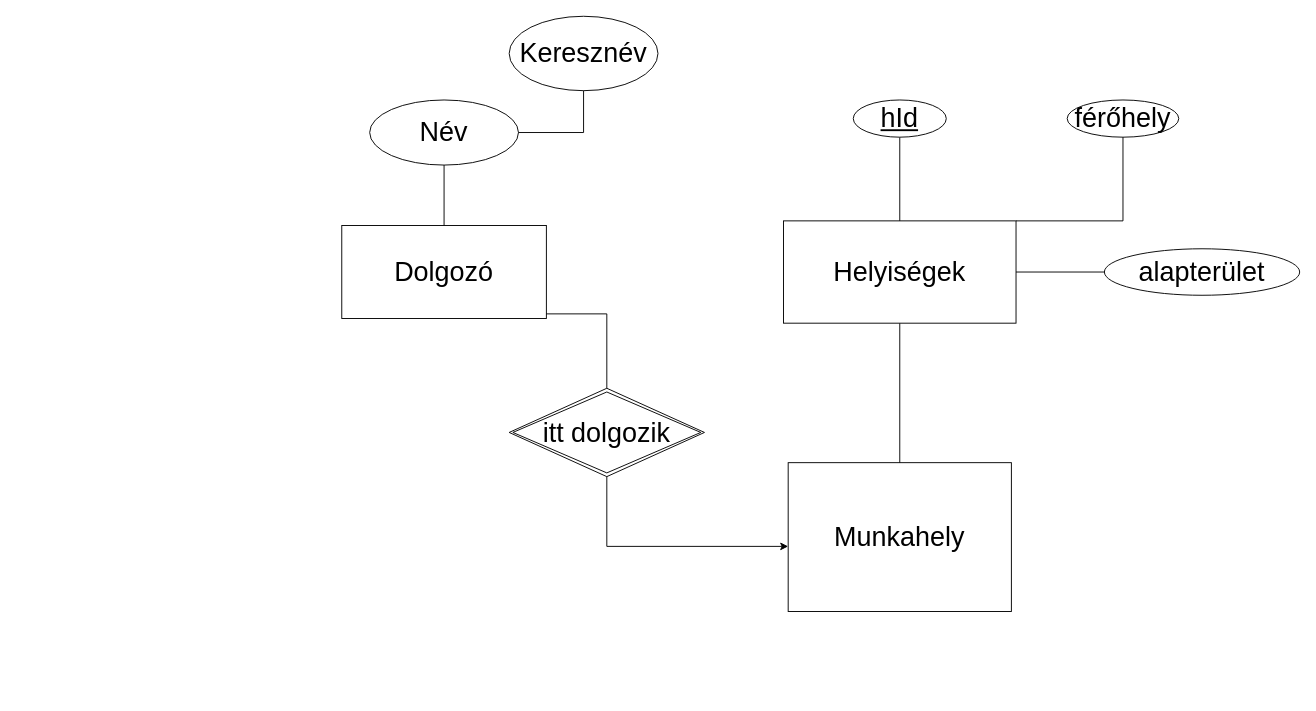
The draw.io diagram Untitled Diagram.drawio in Rudnay07/AdatBazisKotprog, before the edit. Source tidied: cells renumbered, new cells numbered last; positions are measured from the earlier drawing's top-left corner, leaving out a move shared by most shapes. Both pictures are drawn from the tidied source at 93%, with x=0, y=0 at pixel (341, 16).
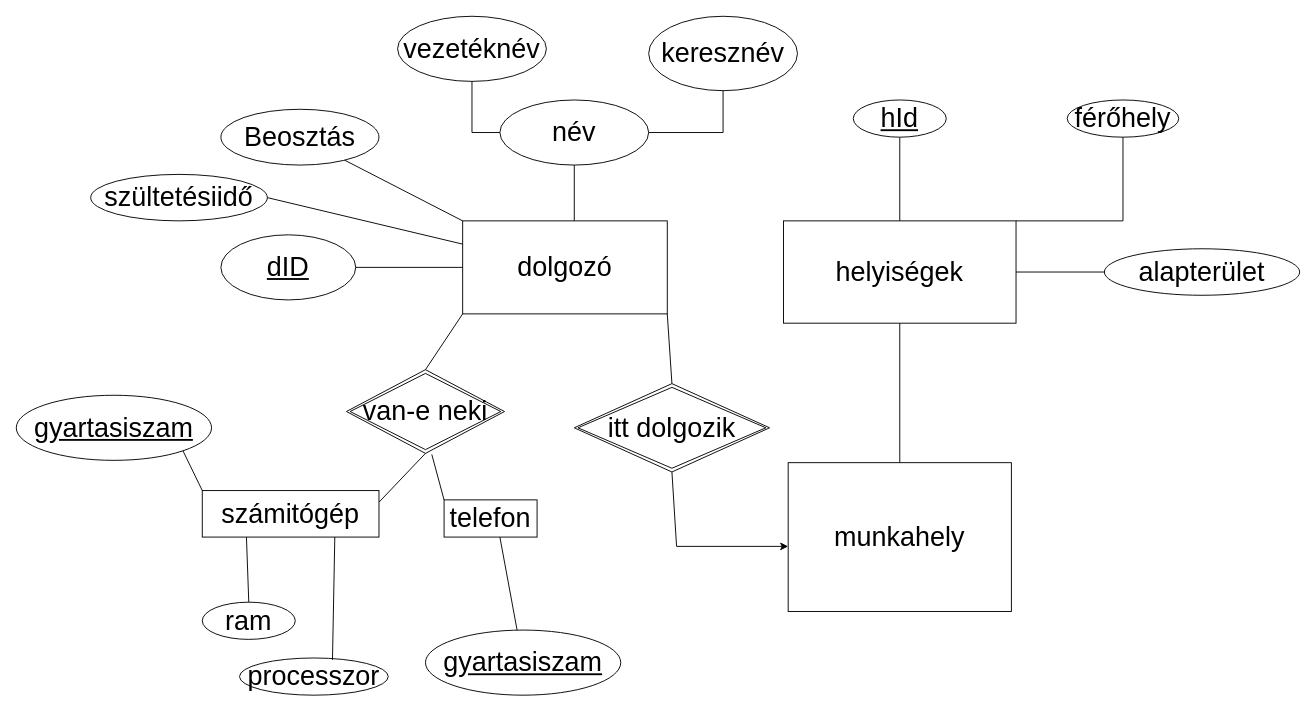
The same page after the edit.

What changed in the source:
```diff
@@
-    <mxCell id="2" value="&lt;font style=&quot;font-size: 29px&quot;&gt;Munkahely&lt;/font&gt;" style="rounded=0;whiteSpace=wrap;html=1;" parent="1" vertex="1">
+    <mxCell id="2" value="&lt;font style=&quot;font-size: 29px&quot;&gt;munkahely&lt;/font&gt;" style="rounded=0;whiteSpace=wrap;html=1;" parent="1" vertex="1">
       <mxGeometry x="480" y="480" width="240" height="160" as="geometry" />
     </mxCell>
@@
-    <mxCell id="4" value="Helyiségek" style="whiteSpace=wrap;html=1;align=center;fontSize=29;" parent="1" vertex="1">
+    <mxCell id="4" value="helyiségek" style="whiteSpace=wrap;html=1;align=center;fontSize=29;" parent="1" vertex="1">
       <mxGeometry x="475" y="220" width="250" height="110" as="geometry" />
     </mxCell>
@@
-    <mxCell id="9" value="Dolgozó" style="whiteSpace=wrap;html=1;align=center;fontSize=29;" parent="1" vertex="1">
-      <mxGeometry y="225" width="220" height="100" as="geometry" />
+    <mxCell id="9" value="dolgozó" style="whiteSpace=wrap;html=1;align=center;fontSize=29;" parent="1" vertex="1">
+      <mxGeometry x="130" y="220" width="220" height="100" as="geometry" />
     </mxCell>
     <mxCell id="10" value="itt dolgozik" style="shape=rhombus;double=1;perimeter=rhombusPerimeter;whiteSpace=wrap;html=1;align=center;fontSize=29;" parent="1" vertex="1">
-      <mxGeometry x="180" y="400" width="210" height="95" as="geometry" />
+      <mxGeometry x="250" y="395" width="210" height="95" as="geometry" />
     </mxCell>
@@
     <mxCell id="13" style="endArrow=classic;html=1;rounded=0;fontSize=29;exitX=0.5;exitY=1;exitDx=0;exitDy=0;" parent="1" edge="1" source="10">
       <mxGeometry relative="1" as="geometry">
         <mxPoint x="480" y="570" as="targetPoint" />
         <Array as="points">
-          <mxPoint x="285" y="570" />
+          <mxPoint x="360" y="570" />
         </Array>
       </mxGeometry>
     </mxCell>
-    <mxCell id="14" style="endArrow=none;html=1;rounded=0;fontSize=29;entryX=0.5;entryY=0;entryDx=0;entryDy=0;" parent="1" edge="1" target="10">
-      <mxGeometry relative="1" as="geometry">
-        <mxPoint x="220" y="320" as="sourcePoint" />
-        <Array as="points">
-          <mxPoint x="285" y="320" />
-        </Array>
-      </mxGeometry>
+    <mxCell id="14" style="endArrow=none;html=1;rounded=0;fontSize=29;entryX=0.5;entryY=0;entryDx=0;entryDy=0;exitX=1;exitY=1;exitDx=0;exitDy=0;" parent="1" edge="1" source="9" target="10">
+      <mxGeometry relative="1" as="geometry" />
     </mxCell>
-    <mxCell id="15" value="Név" style="ellipse;whiteSpace=wrap;html=1;align=center;fontSize=29;" parent="1" vertex="1">
-      <mxGeometry x="30" y="90" width="160" height="70" as="geometry" />
+    <mxCell id="15" value="név" style="ellipse;whiteSpace=wrap;html=1;align=center;fontSize=29;" parent="1" vertex="1">
+      <mxGeometry x="170" y="90" width="160" height="70" as="geometry" />
     </mxCell>
-    <mxCell id="16" style="endArrow=none;html=1;rounded=0;fontSize=29;entryX=0.5;entryY=0;entryDx=0;entryDy=0;exitX=0.5;exitY=1;exitDx=0;exitDy=0;" parent="1" edge="1" source="15" target="9">
-      <mxGeometry relative="1" as="geometry" />
+    <mxCell id="16" style="endArrow=none;html=1;rounded=0;fontSize=29;exitX=0.5;exitY=1;exitDx=0;exitDy=0;" parent="1" edge="1" source="15">
+      <mxGeometry relative="1" as="geometry">
+        <mxPoint x="250" y="220" as="targetPoint" />
+      </mxGeometry>
     </mxCell>
-    <mxCell id="17" value="Keresznév" style="ellipse;whiteSpace=wrap;html=1;fontSize=29;" parent="1" vertex="1">
-      <mxGeometry x="180" width="160" height="80" as="geometry" />
+    <mxCell id="17" value="keresznév" style="ellipse;whiteSpace=wrap;html=1;fontSize=29;" parent="1" vertex="1">
+      <mxGeometry x="330" width="160" height="80" as="geometry" />
     </mxCell>
     <mxCell id="18" style="endArrow=none;html=1;rounded=0;fontSize=29;exitX=1;exitY=0.5;exitDx=0;exitDy=0;entryX=0.5;entryY=1;entryDx=0;entryDy=0;" parent="1" edge="1" source="15" target="17">
       <mxGeometry relative="1" as="geometry">
         <Array as="points">
-          <mxPoint x="260" y="125" />
+          <mxPoint x="410" y="125" />
         </Array>
       </mxGeometry>
     </mxCell>
+    <mxCell id="19" value="vezetéknév" style="ellipse;whiteSpace=wrap;html=1;align=center;fontSize=29;" parent="1" vertex="1">
+      <mxGeometry x="60" width="160" height="70" as="geometry" />
+    </mxCell>
+    <mxCell id="20" style="endArrow=none;html=1;rounded=0;fontSize=29;entryX=0;entryY=0.5;entryDx=0;entryDy=0;" parent="1" edge="1" source="19" target="15">
+      <mxGeometry relative="1" as="geometry">
+        <Array as="points">
+          <mxPoint x="140" y="125" />
+        </Array>
+      </mxGeometry>
+    </mxCell>
+    <mxCell id="21" value="Beosztás" style="ellipse;whiteSpace=wrap;html=1;align=center;fontSize=29;" parent="1" vertex="1">
+      <mxGeometry x="-130" y="100" width="170" height="60" as="geometry" />
+    </mxCell>
+    <mxCell id="22" style="endArrow=none;html=1;rounded=0;fontSize=29;entryX=0;entryY=0;entryDx=0;entryDy=0;" parent="1" edge="1" source="21" target="9">
+      <mxGeometry relative="1" as="geometry" />
+    </mxCell>
+    <mxCell id="23" value="dID" style="ellipse;whiteSpace=wrap;html=1;align=center;fontStyle=4;fontSize=29;" parent="1" vertex="1">
+      <mxGeometry x="-130" y="235" width="145" height="70" as="geometry" />
+    </mxCell>
+    <mxCell id="24" style="endArrow=none;html=1;rounded=0;fontSize=29;exitX=1;exitY=0.5;exitDx=0;exitDy=0;entryX=0;entryY=0.5;entryDx=0;entryDy=0;" parent="1" edge="1" source="23" target="9">
+      <mxGeometry relative="1" as="geometry" />
+    </mxCell>
+    <mxCell id="25" value="van-e neki" style="shape=rhombus;double=1;perimeter=rhombusPerimeter;whiteSpace=wrap;html=1;align=center;fontSize=29;" parent="1" vertex="1">
+      <mxGeometry x="5" y="380" width="170" height="90" as="geometry" />
+    </mxCell>
+    <mxCell id="26" style="endArrow=none;html=1;rounded=0;fontSize=29;exitX=0;exitY=1;exitDx=0;exitDy=0;entryX=0.5;entryY=0;entryDx=0;entryDy=0;" parent="1" edge="1" source="9" target="25">
+      <mxGeometry relative="1" as="geometry" />
+    </mxCell>
+    <mxCell id="27" style="endArrow=none;html=1;rounded=0;fontSize=29;exitX=0.5;exitY=1;exitDx=0;exitDy=0;entryX=1;entryY=0.25;entryDx=0;entryDy=0;" parent="1" edge="1" source="25" target="28">
+      <mxGeometry relative="1" as="geometry" />
+    </mxCell>
+    <mxCell id="28" value="számitógép" style="whiteSpace=wrap;html=1;align=center;fontSize=29;" parent="1" vertex="1">
+      <mxGeometry x="-150" y="510" width="190" height="50" as="geometry" />
+    </mxCell>
+    <mxCell id="29" value="telefon" style="whiteSpace=wrap;html=1;align=center;fontSize=29;" parent="1" vertex="1">
+      <mxGeometry x="110" y="520" width="100" height="40" as="geometry" />
+    </mxCell>
+    <mxCell id="30" style="endArrow=none;html=1;rounded=0;fontSize=29;exitX=0.54;exitY=1.013;exitDx=0;exitDy=0;exitPerimeter=0;entryX=0;entryY=0;entryDx=0;entryDy=0;" parent="1" edge="1" source="25" target="29">
+      <mxGeometry relative="1" as="geometry" />
+    </mxCell>
+    <mxCell id="31" value="szültetésiidő" style="ellipse;whiteSpace=wrap;html=1;align=center;fontSize=29;" parent="1" vertex="1">
+      <mxGeometry x="-270" y="170" width="190" height="50" as="geometry" />
+    </mxCell>
+    <mxCell id="32" style="endArrow=none;html=1;rounded=0;fontSize=29;exitX=1;exitY=0.5;exitDx=0;exitDy=0;entryX=0;entryY=0.25;entryDx=0;entryDy=0;" parent="1" edge="1" source="31" target="9">
+      <mxGeometry relative="1" as="geometry" />
+    </mxCell>
+    <mxCell id="33" value="ram" style="ellipse;whiteSpace=wrap;html=1;align=center;fontSize=29;" parent="1" vertex="1">
+      <mxGeometry x="-150" y="630" width="100" height="40" as="geometry" />
+    </mxCell>
+    <mxCell id="34" style="endArrow=none;html=1;rounded=0;fontSize=29;exitX=0.25;exitY=1;exitDx=0;exitDy=0;entryX=0.5;entryY=0;entryDx=0;entryDy=0;" parent="1" edge="1" source="28" target="33">
+      <mxGeometry relative="1" as="geometry" />
+    </mxCell>
+    <mxCell id="35" value="processzor" style="ellipse;whiteSpace=wrap;html=1;align=center;fontSize=29;" parent="1" vertex="1">
+      <mxGeometry x="-110" y="690" width="160" height="40" as="geometry" />
+    </mxCell>
+    <mxCell id="36" style="endArrow=none;html=1;rounded=0;fontSize=29;exitX=0.75;exitY=1;exitDx=0;exitDy=0;entryX=0.625;entryY=0.05;entryDx=0;entryDy=0;entryPerimeter=0;" parent="1" edge="1" source="28" target="35">
+      <mxGeometry relative="1" as="geometry" />
+    </mxCell>
+    <mxCell id="37" value="gyartasiszam" style="ellipse;whiteSpace=wrap;html=1;align=center;fontStyle=4;fontSize=29;" parent="1" vertex="1">
+      <mxGeometry x="90" y="660" width="210" height="70" as="geometry" />
+    </mxCell>
+    <mxCell id="38" value="gyartasiszam" style="ellipse;whiteSpace=wrap;html=1;align=center;fontStyle=4;fontSize=29;" parent="1" vertex="1">
+      <mxGeometry x="-350" y="407.5" width="210" height="70" as="geometry" />
+    </mxCell>
+    <mxCell id="39" style="endArrow=none;html=1;rounded=0;fontSize=29;exitX=1;exitY=1;exitDx=0;exitDy=0;entryX=0;entryY=0;entryDx=0;entryDy=0;" parent="1" edge="1" source="38" target="28">
+      <mxGeometry relative="1" as="geometry" />
+    </mxCell>
+    <mxCell id="40" style="endArrow=none;html=1;rounded=0;fontSize=29;" parent="1" edge="1" source="37">
+      <mxGeometry relative="1" as="geometry">
+        <mxPoint x="170" y="560" as="targetPoint" />
+      </mxGeometry>
+    </mxCell>
```
